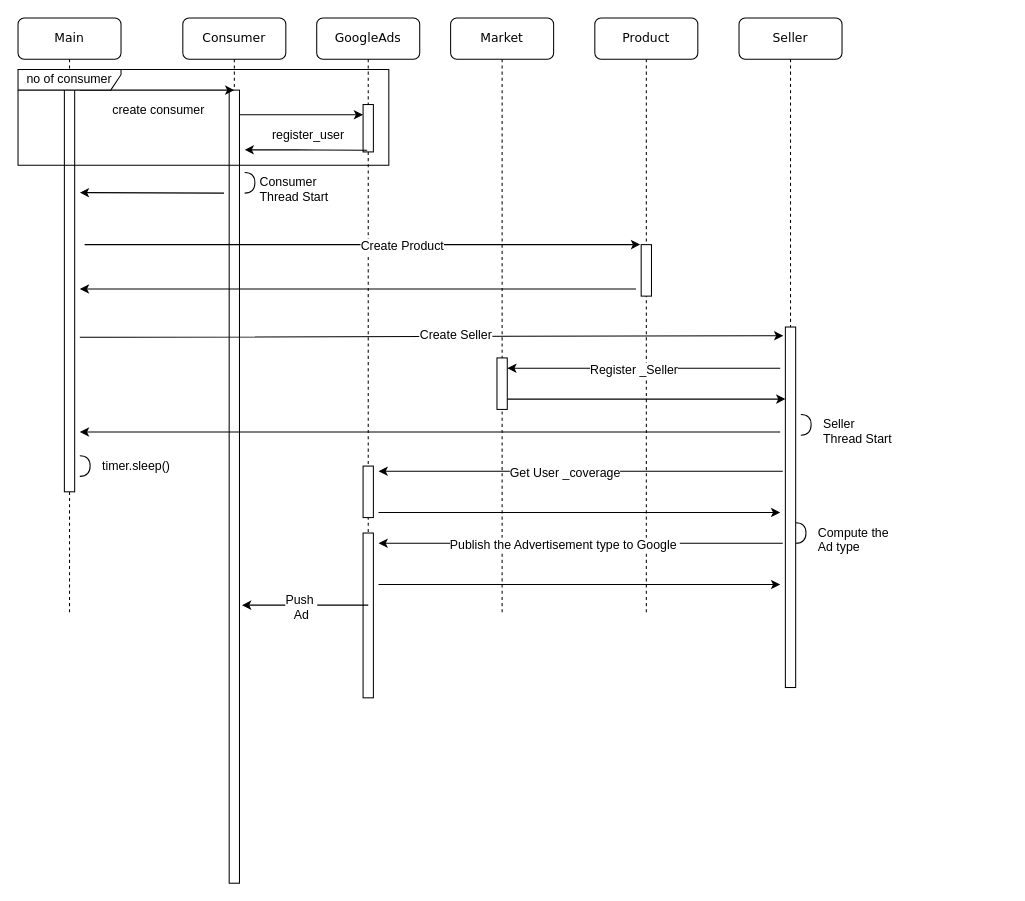
Above: FlowCharts/Untitled Diagram.drawio in CentIIO/IS5006 (draw.io), before the change. Source tidied: cells renumbered, new cells numbered last; positions are measured from the earlier drawing's top-left corner, leaving out a move shared by most shapes. Both pictures are drawn from the tidied source at 103%, with x=0, y=0 at pixel (18, 18).
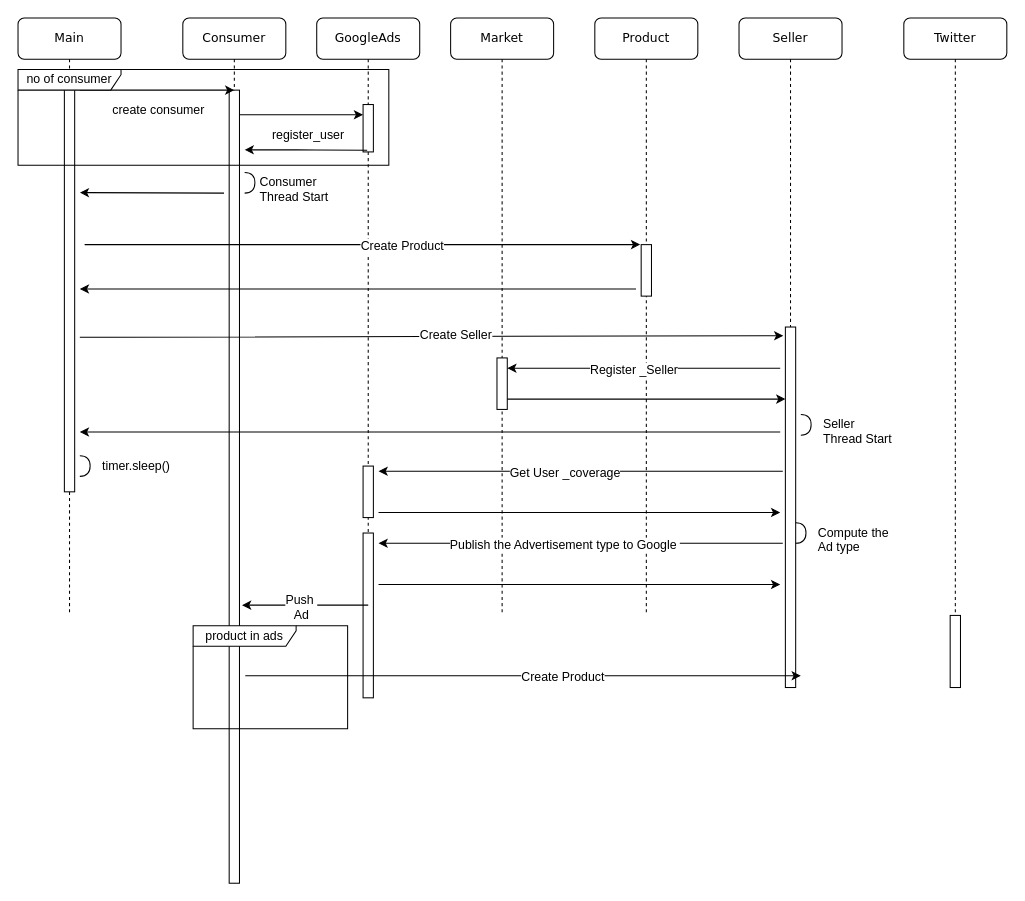
The same diagram, later.

Diff of the diagram source:
```diff
@@
+    <mxCell id="48" value="Twitter" style="shape=umlLifeline;perimeter=lifelinePerimeter;whiteSpace=wrap;html=1;rounded=1;shadow=0;comic=0;labelBackgroundColor=none;strokeColor=#000000;strokeWidth=1;fillColor=#FFFFFF;fontFamily=Verdana;fontSize=12;fontColor=#000000;align=center;" parent="1" vertex="1">
+      <mxGeometry x="860" width="100" height="650" as="geometry" />
+    </mxCell>
+    <mxCell id="49" style="html=1;perimeter=orthogonalPerimeter;rounded=0;shadow=0;comic=0;labelBackgroundColor=none;strokeColor=#000000;strokeWidth=1;fillColor=#FFFFFF;fontFamily=Verdana;fontSize=12;fontColor=#000000;align=center;" parent="48" vertex="1">
+      <mxGeometry x="45" y="580" width="10" height="70" as="geometry" />
+    </mxCell>
+    <mxCell id="50" value="product in ads" style="shape=umlFrame;whiteSpace=wrap;html=1;width=100;height=20;" parent="1" vertex="1">
+      <mxGeometry x="170" y="590" width="150" height="100" as="geometry" />
+    </mxCell>
+    <mxCell id="51" style="endArrow=classic;html=1;entryX=-0.1;entryY=0;entryDx=0;entryDy=0;entryPerimeter=0;" parent="1" edge="1">
+      <mxGeometry relative="1" as="geometry">
+        <mxPoint x="386" y="638.5" as="sourcePoint" />
+        <mxPoint x="760" y="638.5" as="targetPoint" />
+        <Array as="points">
+          <mxPoint x="326" y="638.5" />
+          <mxPoint x="316" y="638.5" />
+          <mxPoint x="216" y="638.5" />
+        </Array>
+      </mxGeometry>
+    </mxCell>
+    <mxCell id="52" value="Create Product" style="text;html=1;align=center;verticalAlign=middle;labelBackgroundColor=#ffffff;" parent="51" vertex="1">
+      <mxGeometry x="0.35" y="-1" relative="1" as="geometry" />
+    </mxCell>
```
